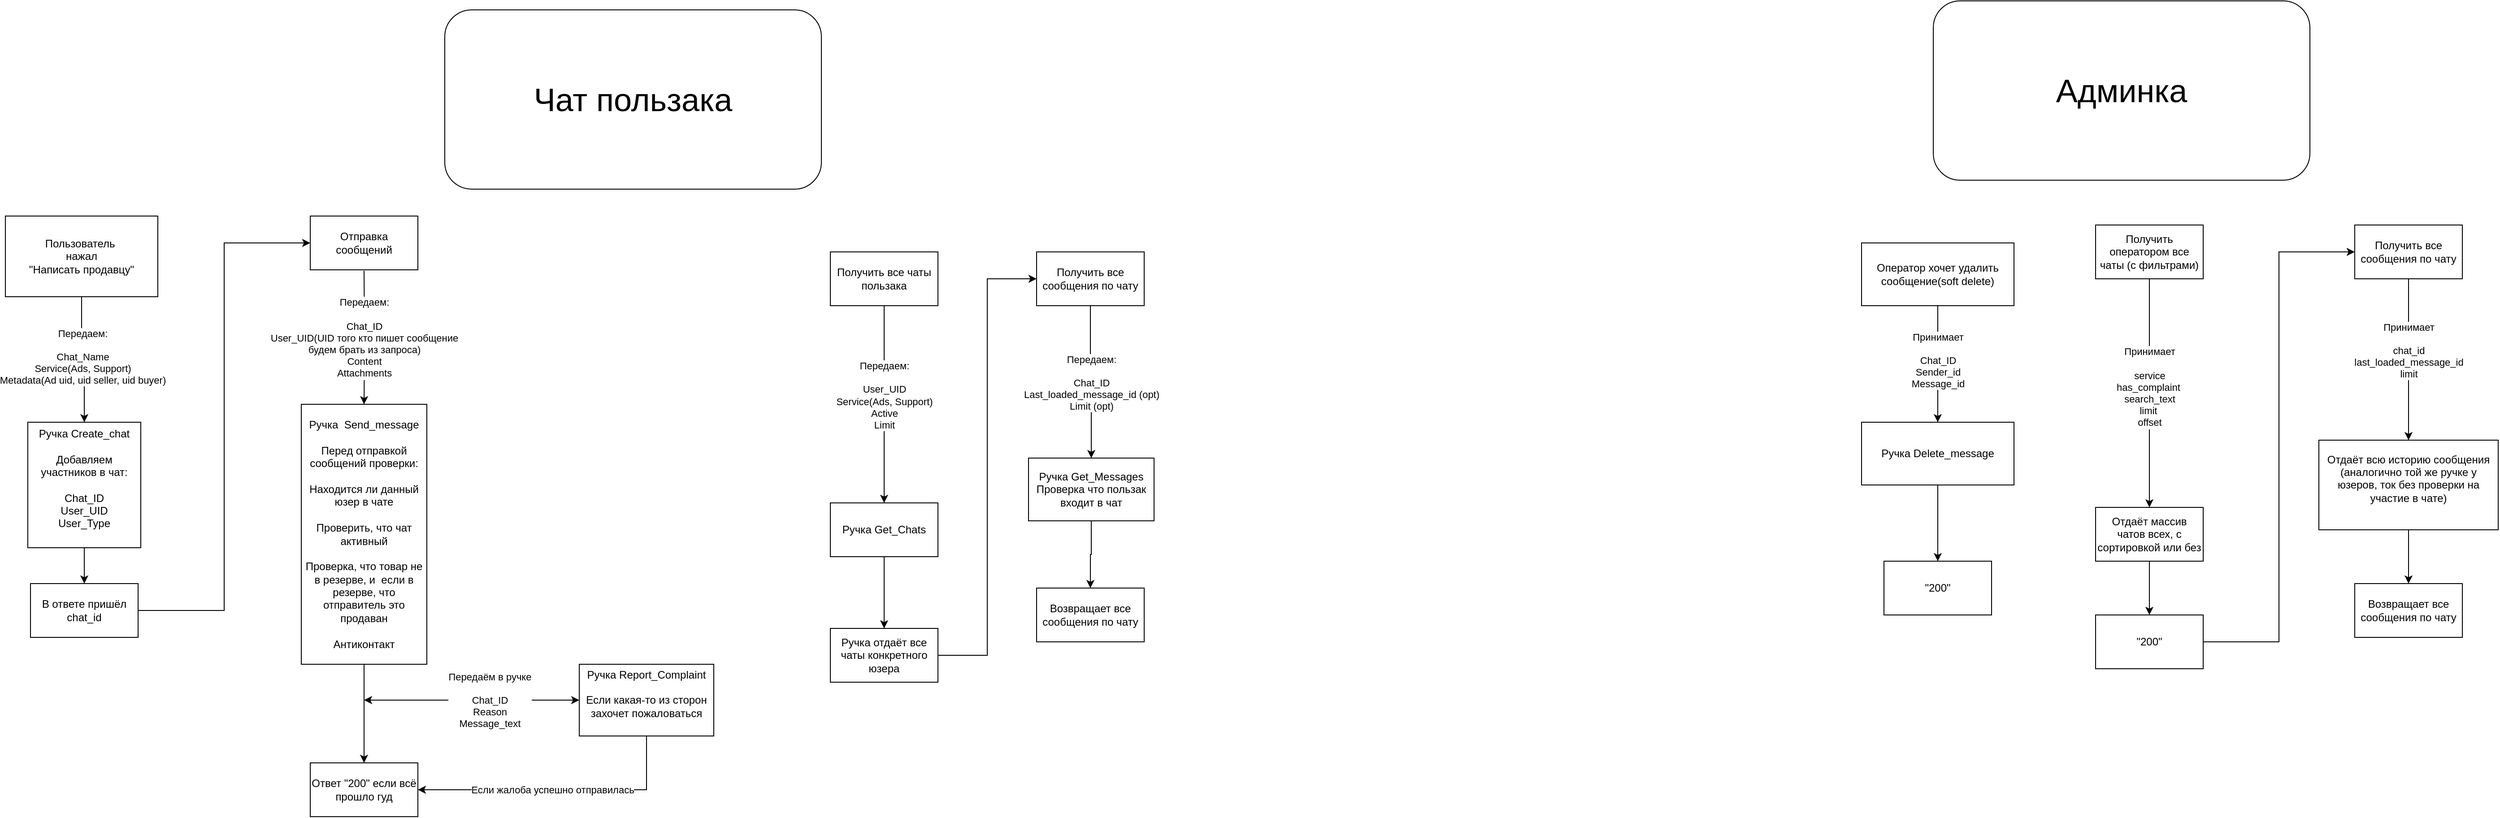
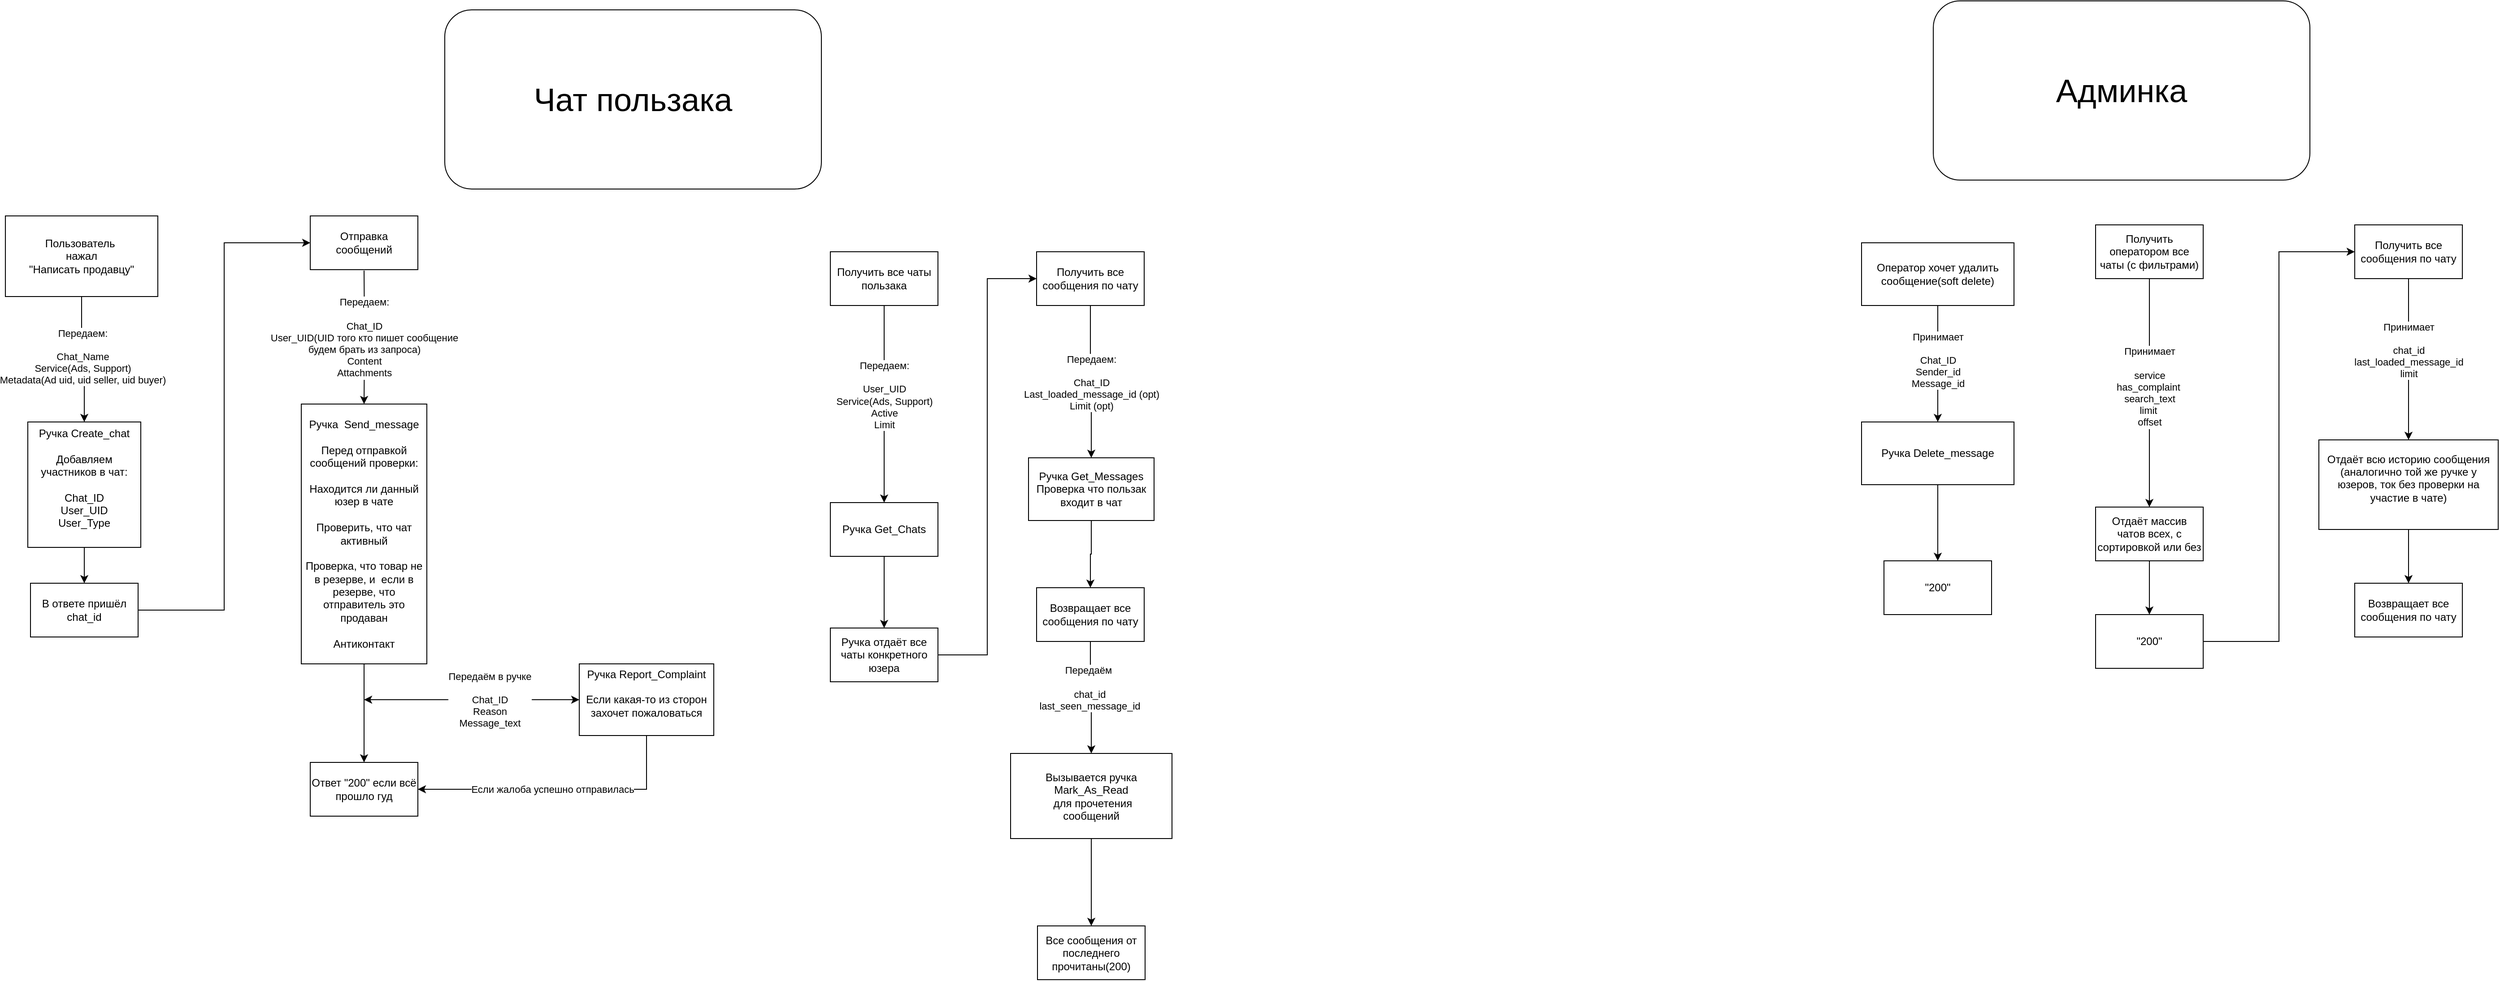
<mxfile host="app.diagrams.net">
  <diagram name="Страница-1" id="6vhmA59K8Xdd6y5LlQgf">
-     <mxGraphModel dx="3142" dy="2896" grid="1" gridSize="10" guides="1" tooltips="1" connect="1" arrows="1" fold="1" page="1" pageScale="1" pageWidth="827" pageHeight="1169" math="0" shadow="0">
+     <mxGraphModel dx="1131" dy="1791" grid="1" gridSize="10" guides="1" tooltips="1" connect="1" arrows="1" fold="1" page="1" pageScale="1" pageWidth="827" pageHeight="1169" math="0" shadow="0">
      <root>
        <mxCell id="0" />
        <mxCell id="1" parent="0" />
        <mxCell id="UqqT4urgchzkFPyOfZkk-3" edge="1" parent="1" source="UqqT4urgchzkFPyOfZkk-1" style="edgeStyle=orthogonalEdgeStyle;rounded=0;orthogonalLoop=1;jettySize=auto;html=1;" target="UqqT4urgchzkFPyOfZkk-2">
          <mxGeometry relative="1" as="geometry" />
        </mxCell>
        <mxCell id="UqqT4urgchzkFPyOfZkk-4" connectable="0" parent="UqqT4urgchzkFPyOfZkk-3" style="edgeLabel;html=1;align=center;verticalAlign=middle;resizable=0;points=[];rotation=0;" value="Передаем:&lt;br&gt;&lt;br&gt;&lt;div&gt;Chat_Name&lt;/div&gt;&lt;div&gt;Service(Ads, Support)&lt;/div&gt;&lt;div&gt;Metadata(Ad uid, uid seller, uid buyer)&lt;/div&gt;" vertex="1">
          <mxGeometry relative="1" x="-0.066" y="1" as="geometry">
            <mxPoint as="offset" />
          </mxGeometry>
        </mxCell>
        <mxCell id="UqqT4urgchzkFPyOfZkk-1" parent="1" style="rounded=0;whiteSpace=wrap;html=1;" value="Пользователь&amp;nbsp;&lt;div&gt;нажал&lt;/div&gt;&lt;div&gt;&quot;Написать продавцу&quot;&lt;/div&gt;" vertex="1">
          <mxGeometry height="90" width="170" x="30" y="10" as="geometry" />
        </mxCell>
        <mxCell id="UqqT4urgchzkFPyOfZkk-6" edge="1" parent="1" source="UqqT4urgchzkFPyOfZkk-2" style="edgeStyle=orthogonalEdgeStyle;rounded=0;orthogonalLoop=1;jettySize=auto;html=1;" target="UqqT4urgchzkFPyOfZkk-5">
          <mxGeometry relative="1" as="geometry" />
        </mxCell>
        <mxCell id="UqqT4urgchzkFPyOfZkk-2" parent="1" style="rounded=0;whiteSpace=wrap;html=1;" value="Ручка Create_chat&lt;div&gt;&lt;br&gt;&lt;/div&gt;&lt;div&gt;Добавляем участников в чат:&lt;/div&gt;&lt;div&gt;&lt;span style=&quot;background-color: transparent; color: light-dark(rgb(0, 0, 0), rgb(255, 255, 255));&quot;&gt;&lt;br&gt;&lt;/span&gt;&lt;/div&gt;&lt;div&gt;&lt;span style=&quot;background-color: transparent; color: light-dark(rgb(0, 0, 0), rgb(255, 255, 255));&quot;&gt;Chat_ID&lt;/span&gt;&lt;/div&gt;&lt;div&gt;&lt;div&gt;User_UID&lt;/div&gt;&lt;div&gt;User_Type&lt;/div&gt;&lt;br&gt;&lt;/div&gt;" vertex="1">
          <mxGeometry height="140" width="126" x="55" y="240" as="geometry" />
        </mxCell>
        <mxCell id="UqqT4urgchzkFPyOfZkk-11" edge="1" parent="1" source="UqqT4urgchzkFPyOfZkk-5" style="edgeStyle=orthogonalEdgeStyle;rounded=0;orthogonalLoop=1;jettySize=auto;html=1;entryX=0;entryY=0.5;entryDx=0;entryDy=0;" target="UqqT4urgchzkFPyOfZkk-7">
          <mxGeometry relative="1" as="geometry" />
        </mxCell>
        <mxCell id="UqqT4urgchzkFPyOfZkk-5" parent="1" style="rounded=0;whiteSpace=wrap;html=1;" value="&lt;div&gt;В ответе пришёл chat_id&lt;/div&gt;" vertex="1">
          <mxGeometry height="60" width="120" x="58" y="420" as="geometry" />
        </mxCell>
        <mxCell id="UqqT4urgchzkFPyOfZkk-9" edge="1" parent="1" style="edgeStyle=orthogonalEdgeStyle;rounded=0;orthogonalLoop=1;jettySize=auto;html=1;entryX=0.5;entryY=0;entryDx=0;entryDy=0;" target="UqqT4urgchzkFPyOfZkk-8" value="">
          <mxGeometry relative="1" as="geometry">
            <mxPoint x="430" y="71" as="sourcePoint" />
            <mxPoint x="430" y="221" as="targetPoint" />
          </mxGeometry>
        </mxCell>
        <mxCell id="UqqT4urgchzkFPyOfZkk-10" connectable="0" parent="UqqT4urgchzkFPyOfZkk-9" style="edgeLabel;html=1;align=center;verticalAlign=middle;resizable=0;points=[];" value="Передаем:&lt;div&gt;&lt;br&gt;&lt;div&gt;&lt;div&gt;Chat_ID&lt;/div&gt;&lt;div&gt;User_UID(UID того кто пишет сообщение&lt;/div&gt;&lt;div&gt;будем брать из запроса)&lt;/div&gt;&lt;div&gt;Content&lt;/div&gt;&lt;div&gt;Attachments&lt;/div&gt;&lt;/div&gt;&lt;/div&gt;" vertex="1">
          <mxGeometry relative="1" x="0.1711" y="4" as="geometry">
            <mxPoint x="-4" y="-12" as="offset" />
          </mxGeometry>
        </mxCell>
        <mxCell id="UqqT4urgchzkFPyOfZkk-7" parent="1" style="whiteSpace=wrap;html=1;" value="Отправка сообщений" vertex="1">
          <mxGeometry height="60" width="120" x="370" y="10" as="geometry" />
        </mxCell>
        <mxCell id="UqqT4urgchzkFPyOfZkk-13" edge="1" parent="1" source="UqqT4urgchzkFPyOfZkk-8" style="edgeStyle=orthogonalEdgeStyle;rounded=0;orthogonalLoop=1;jettySize=auto;html=1;" target="UqqT4urgchzkFPyOfZkk-12" value="">
          <mxGeometry relative="1" as="geometry" />
        </mxCell>
        <mxCell id="UqqT4urgchzkFPyOfZkk-8" parent="1" style="whiteSpace=wrap;html=1;" value="Ручка&amp;nbsp;&amp;nbsp;Send_message&lt;div&gt;&lt;br&gt;&lt;/div&gt;&lt;div&gt;Перед отправкой сообщений проверки:&lt;br&gt;&lt;br&gt;Находится ли данный юзер в чате&lt;/div&gt;&lt;div&gt;&lt;br&gt;&lt;/div&gt;&lt;div&gt;Проверить, что чат активный&lt;/div&gt;&lt;div&gt;&lt;br&gt;&lt;/div&gt;&lt;div&gt;Проверка, что товар не в резерве, и&amp;nbsp; если в резерве, что отправитель это продаван&lt;/div&gt;&lt;div&gt;&lt;br&gt;&lt;/div&gt;&lt;div&gt;Антиконтакт&lt;/div&gt;" vertex="1">
          <mxGeometry height="290" width="140" x="360" y="220" as="geometry" />
        </mxCell>
        <mxCell id="UqqT4urgchzkFPyOfZkk-12" parent="1" style="whiteSpace=wrap;html=1;" value="Ответ &quot;200&quot; если всё прошло гуд" vertex="1">
          <mxGeometry height="60" width="120" x="370" y="620" as="geometry" />
        </mxCell>
        <mxCell id="UqqT4urgchzkFPyOfZkk-18" edge="1" parent="1" source="UqqT4urgchzkFPyOfZkk-16" style="edgeStyle=orthogonalEdgeStyle;rounded=0;orthogonalLoop=1;jettySize=auto;html=1;" target="UqqT4urgchzkFPyOfZkk-17" value="">
          <mxGeometry relative="1" as="geometry" />
        </mxCell>
        <mxCell id="UqqT4urgchzkFPyOfZkk-19" connectable="0" parent="UqqT4urgchzkFPyOfZkk-18" style="edgeLabel;html=1;align=center;verticalAlign=middle;resizable=0;points=[];" value="Передаем:&lt;br&gt;&lt;br&gt;&lt;div&gt;User_UID&lt;/div&gt;&lt;div&gt;Service(Ads, Support)&lt;/div&gt;&lt;div&gt;Active&lt;/div&gt;&lt;div&gt;Limit&lt;/div&gt;" vertex="1">
          <mxGeometry relative="1" x="0.0364" y="-3" as="geometry">
            <mxPoint x="3" y="-14" as="offset" />
          </mxGeometry>
        </mxCell>
        <mxCell id="UqqT4urgchzkFPyOfZkk-16" parent="1" style="whiteSpace=wrap;html=1;" value="Получить все чаты пользака" vertex="1">
          <mxGeometry height="60" width="120" x="950" y="50" as="geometry" />
        </mxCell>
        <mxCell id="UqqT4urgchzkFPyOfZkk-21" edge="1" parent="1" source="UqqT4urgchzkFPyOfZkk-17" style="edgeStyle=orthogonalEdgeStyle;rounded=0;orthogonalLoop=1;jettySize=auto;html=1;" target="UqqT4urgchzkFPyOfZkk-20" value="">
          <mxGeometry relative="1" as="geometry" />
        </mxCell>
        <mxCell id="UqqT4urgchzkFPyOfZkk-17" parent="1" style="whiteSpace=wrap;html=1;" value="Ручка&amp;nbsp;Get_Chats" vertex="1">
          <mxGeometry height="60" width="120" x="950" y="330" as="geometry" />
        </mxCell>
        <mxCell id="UqqT4urgchzkFPyOfZkk-23" edge="1" parent="1" source="UqqT4urgchzkFPyOfZkk-20" style="edgeStyle=orthogonalEdgeStyle;rounded=0;orthogonalLoop=1;jettySize=auto;html=1;entryX=0;entryY=0.5;entryDx=0;entryDy=0;" target="UqqT4urgchzkFPyOfZkk-22">
          <mxGeometry relative="1" as="geometry" />
        </mxCell>
        <mxCell id="UqqT4urgchzkFPyOfZkk-20" parent="1" style="whiteSpace=wrap;html=1;" value="Ручка отдаёт все чаты конкретного юзера" vertex="1">
          <mxGeometry height="60" width="120" x="950" y="470" as="geometry" />
        </mxCell>
        <mxCell id="UqqT4urgchzkFPyOfZkk-25" edge="1" parent="1" source="UqqT4urgchzkFPyOfZkk-22" style="edgeStyle=orthogonalEdgeStyle;rounded=0;orthogonalLoop=1;jettySize=auto;html=1;" target="UqqT4urgchzkFPyOfZkk-24" value="">
          <mxGeometry relative="1" as="geometry" />
        </mxCell>
        <mxCell id="UqqT4urgchzkFPyOfZkk-26" connectable="0" parent="UqqT4urgchzkFPyOfZkk-25" style="edgeLabel;html=1;align=center;verticalAlign=middle;resizable=0;points=[];" value="&lt;div&gt;Передаем:&lt;/div&gt;&lt;div&gt;&lt;br&gt;Chat_ID&lt;/div&gt;&lt;div&gt;Last_loaded_message_id (opt)&lt;/div&gt;&lt;div&gt;Limit (opt)&lt;/div&gt;" vertex="1">
          <mxGeometry relative="1" x="0.1733" y="-2" as="geometry">
            <mxPoint x="2" y="-14" as="offset" />
          </mxGeometry>
        </mxCell>
        <mxCell id="UqqT4urgchzkFPyOfZkk-22" parent="1" style="whiteSpace=wrap;html=1;" value="Получить все сообщения по чату" vertex="1">
          <mxGeometry height="60" width="120" x="1180" y="50" as="geometry" />
        </mxCell>
        <mxCell id="UqqT4urgchzkFPyOfZkk-28" edge="1" parent="1" source="UqqT4urgchzkFPyOfZkk-24" style="edgeStyle=orthogonalEdgeStyle;rounded=0;orthogonalLoop=1;jettySize=auto;html=1;" target="UqqT4urgchzkFPyOfZkk-27" value="">
          <mxGeometry relative="1" as="geometry" />
        </mxCell>
        <mxCell id="UqqT4urgchzkFPyOfZkk-24" parent="1" style="whiteSpace=wrap;html=1;" value="Ручка&amp;nbsp;Get_Messages&lt;div&gt;Проверка что пользак входит в чат&lt;/div&gt;" vertex="1">
          <mxGeometry height="70" width="140" x="1171" y="280" as="geometry" />
+         </mxCell>
+         <mxCell id="lyxbEA7Sxgz5cY9VKSYc-2" edge="1" parent="1" source="UqqT4urgchzkFPyOfZkk-27" style="edgeStyle=orthogonalEdgeStyle;rounded=0;orthogonalLoop=1;jettySize=auto;html=1;" target="lyxbEA7Sxgz5cY9VKSYc-1" value="">
+           <mxGeometry relative="1" as="geometry" />
+         </mxCell>
+         <mxCell id="lyxbEA7Sxgz5cY9VKSYc-3" connectable="0" parent="lyxbEA7Sxgz5cY9VKSYc-2" style="edgeLabel;html=1;align=center;verticalAlign=middle;resizable=0;points=[];" value="Передаём&amp;nbsp;&lt;div&gt;&lt;br&gt;&lt;/div&gt;&lt;div&gt;&lt;div&gt;chat_id&lt;/div&gt;&lt;div&gt;last_seen_message_id&lt;/div&gt;&lt;/div&gt;" vertex="1">
+           <mxGeometry relative="1" x="-0.1743" y="-1" as="geometry">
+             <mxPoint as="offset" />
+           </mxGeometry>
        </mxCell>
        <mxCell id="UqqT4urgchzkFPyOfZkk-27" parent="1" style="whiteSpace=wrap;html=1;" value="Возвращает все сообщения по чату" vertex="1">
          <mxGeometry height="60" width="120" x="1180" y="425" as="geometry" />
        </mxCell>
        <mxCell id="mkVnqhSt01BGLeg9LLo3-4" parent="1" style="rounded=1;whiteSpace=wrap;html=1;" value="&lt;font style=&quot;font-size: 36px;&quot;&gt;Чат пользака&lt;/font&gt;" vertex="1">
          <mxGeometry height="200" width="420" x="520" y="-220" as="geometry" />
        </mxCell>
        <mxCell id="mkVnqhSt01BGLeg9LLo3-12" edge="1" parent="1" source="mkVnqhSt01BGLeg9LLo3-8" style="edgeStyle=orthogonalEdgeStyle;rounded=0;orthogonalLoop=1;jettySize=auto;html=1;entryX=1;entryY=0.5;entryDx=0;entryDy=0;" target="UqqT4urgchzkFPyOfZkk-12">
          <mxGeometry relative="1" as="geometry">
            <Array as="points">
              <mxPoint x="745" y="650" />
            </Array>
          </mxGeometry>
        </mxCell>
        <mxCell id="mkVnqhSt01BGLeg9LLo3-13" connectable="0" parent="mkVnqhSt01BGLeg9LLo3-12" style="edgeLabel;html=1;align=center;verticalAlign=middle;resizable=0;points=[];" value="Если жалоба успешно отправилась" vertex="1">
          <mxGeometry relative="1" x="-0.0159" y="2" as="geometry">
            <mxPoint x="-10" y="-2" as="offset" />
          </mxGeometry>
        </mxCell>
        <mxCell id="mkVnqhSt01BGLeg9LLo3-8" parent="1" style="whiteSpace=wrap;html=1;" value="Ручка Report_Complaint&lt;div&gt;&lt;br&gt;&lt;/div&gt;&lt;div&gt;Если какая-то из сторон захочет пожаловаться&lt;/div&gt;&lt;div&gt;&lt;br&gt;&lt;/div&gt;" vertex="1">
          <mxGeometry height="80" width="150" x="670" y="510" as="geometry" />
        </mxCell>
        <mxCell id="mkVnqhSt01BGLeg9LLo3-10" edge="1" parent="1" style="endArrow=classic;startArrow=classic;html=1;rounded=0;entryX=0;entryY=0.5;entryDx=0;entryDy=0;" target="mkVnqhSt01BGLeg9LLo3-8" value="">
          <mxGeometry height="50" relative="1" width="50" as="geometry">
            <mxPoint x="430" y="550" as="sourcePoint" />
            <mxPoint x="650" y="410" as="targetPoint" />
          </mxGeometry>
        </mxCell>
        <mxCell id="mkVnqhSt01BGLeg9LLo3-11" connectable="0" parent="mkVnqhSt01BGLeg9LLo3-10" style="edgeLabel;html=1;align=center;verticalAlign=middle;resizable=0;points=[];" value="Передаём в ручке&lt;div&gt;&lt;div&gt;&lt;br&gt;&lt;/div&gt;&lt;div&gt;Chat_ID&lt;/div&gt;&lt;div&gt;Reason&lt;/div&gt;&lt;div&gt;Message_text&lt;/div&gt;&lt;/div&gt;" vertex="1">
          <mxGeometry relative="1" x="-0.1583" y="1" as="geometry">
            <mxPoint x="39" y="1" as="offset" />
          </mxGeometry>
        </mxCell>
        <mxCell id="q-3P5QV8bBHnyzh9fXRt-1" parent="1" style="rounded=1;whiteSpace=wrap;html=1;" value="&lt;span style=&quot;font-size: 36px;&quot;&gt;Админка&lt;/span&gt;" vertex="1">
          <mxGeometry height="200" width="420" x="2180" y="-230" as="geometry" />
        </mxCell>
        <mxCell id="q-3P5QV8bBHnyzh9fXRt-6" edge="1" parent="1" source="q-3P5QV8bBHnyzh9fXRt-2" style="edgeStyle=orthogonalEdgeStyle;rounded=0;orthogonalLoop=1;jettySize=auto;html=1;" target="q-3P5QV8bBHnyzh9fXRt-3">
          <mxGeometry relative="1" as="geometry" />
        </mxCell>
        <mxCell id="q-3P5QV8bBHnyzh9fXRt-7" connectable="0" parent="q-3P5QV8bBHnyzh9fXRt-6" style="edgeLabel;html=1;align=center;verticalAlign=middle;resizable=0;points=[];" value="Принимает&lt;div&gt;&lt;br&gt;&lt;/div&gt;&lt;div&gt;&lt;div&gt;Chat_ID&lt;/div&gt;&lt;div&gt;Sender_id&lt;/div&gt;&lt;div&gt;Message_id&lt;/div&gt;&lt;/div&gt;" vertex="1">
          <mxGeometry relative="1" x="0.0502" y="3" as="geometry">
            <mxPoint x="-3" y="-8" as="offset" />
          </mxGeometry>
        </mxCell>
        <mxCell id="q-3P5QV8bBHnyzh9fXRt-2" parent="1" style="whiteSpace=wrap;html=1;" value="Оператор хочет удалить сообщение(soft delete)" vertex="1">
          <mxGeometry height="70" width="170" x="2100" y="40" as="geometry" />
        </mxCell>
        <mxCell id="q-3P5QV8bBHnyzh9fXRt-9" edge="1" parent="1" source="q-3P5QV8bBHnyzh9fXRt-3" style="edgeStyle=orthogonalEdgeStyle;rounded=0;orthogonalLoop=1;jettySize=auto;html=1;" target="q-3P5QV8bBHnyzh9fXRt-8" value="">
          <mxGeometry relative="1" as="geometry" />
        </mxCell>
        <mxCell id="q-3P5QV8bBHnyzh9fXRt-3" parent="1" style="whiteSpace=wrap;html=1;" value="Ручка&amp;nbsp;Delete_message" vertex="1">
          <mxGeometry height="70" width="170" x="2100" y="240" as="geometry" />
        </mxCell>
        <mxCell id="q-3P5QV8bBHnyzh9fXRt-8" parent="1" style="whiteSpace=wrap;html=1;" value="&quot;200&quot;" vertex="1">
          <mxGeometry height="60" width="120" x="2125" y="395" as="geometry" />
        </mxCell>
        <mxCell id="9ql4G20IZttE-ZZ8cH6Y-3" edge="1" parent="1" source="9ql4G20IZttE-ZZ8cH6Y-1" style="edgeStyle=orthogonalEdgeStyle;rounded=0;orthogonalLoop=1;jettySize=auto;html=1;" target="9ql4G20IZttE-ZZ8cH6Y-2" value="">
          <mxGeometry relative="1" as="geometry" />
        </mxCell>
        <mxCell id="9ql4G20IZttE-ZZ8cH6Y-4" connectable="0" parent="9ql4G20IZttE-ZZ8cH6Y-3" style="edgeLabel;html=1;align=center;verticalAlign=middle;resizable=0;points=[];" value="&lt;div&gt;Принимает&lt;/div&gt;&lt;div&gt;&lt;br&gt;&lt;/div&gt;&lt;div&gt;service&lt;/div&gt;&lt;div&gt;has_complaint&amp;nbsp;&lt;/div&gt;&lt;div&gt;search_text&lt;/div&gt;&lt;div&gt;limit&amp;nbsp;&lt;/div&gt;&lt;div&gt;offset&lt;/div&gt;" vertex="1">
          <mxGeometry relative="1" x="-0.2208" y="1" as="geometry">
            <mxPoint x="-1" y="21" as="offset" />
          </mxGeometry>
        </mxCell>
        <mxCell id="9ql4G20IZttE-ZZ8cH6Y-1" parent="1" style="whiteSpace=wrap;html=1;" value="Получить оператором все чаты (с фильтрами)" vertex="1">
          <mxGeometry height="60" width="120" x="2361" y="20" as="geometry" />
        </mxCell>
        <mxCell id="9ql4G20IZttE-ZZ8cH6Y-6" edge="1" parent="1" source="9ql4G20IZttE-ZZ8cH6Y-2" style="edgeStyle=orthogonalEdgeStyle;rounded=0;orthogonalLoop=1;jettySize=auto;html=1;" target="9ql4G20IZttE-ZZ8cH6Y-5">
          <mxGeometry relative="1" as="geometry" />
        </mxCell>
        <mxCell id="9ql4G20IZttE-ZZ8cH6Y-2" parent="1" style="whiteSpace=wrap;html=1;" value="Отдаёт массив чатов всех, с сортировкой или без" vertex="1">
          <mxGeometry height="60" width="120" x="2361" y="335" as="geometry" />
        </mxCell>
        <mxCell id="8ld3VfINqq2AH8Kl_O48-2" edge="1" parent="1" source="9ql4G20IZttE-ZZ8cH6Y-5" style="edgeStyle=orthogonalEdgeStyle;rounded=0;orthogonalLoop=1;jettySize=auto;html=1;entryX=0;entryY=0.5;entryDx=0;entryDy=0;" target="8ld3VfINqq2AH8Kl_O48-1">
          <mxGeometry relative="1" as="geometry" />
        </mxCell>
        <mxCell id="9ql4G20IZttE-ZZ8cH6Y-5" parent="1" style="whiteSpace=wrap;html=1;" value="&quot;200&quot;" vertex="1">
          <mxGeometry height="60" width="120" x="2361" y="455" as="geometry" />
        </mxCell>
        <mxCell id="8ld3VfINqq2AH8Kl_O48-4" edge="1" parent="1" source="8ld3VfINqq2AH8Kl_O48-1" style="edgeStyle=orthogonalEdgeStyle;rounded=0;orthogonalLoop=1;jettySize=auto;html=1;" target="8ld3VfINqq2AH8Kl_O48-3" value="">
          <mxGeometry relative="1" as="geometry" />
        </mxCell>
        <mxCell id="8ld3VfINqq2AH8Kl_O48-5" connectable="0" parent="8ld3VfINqq2AH8Kl_O48-4" style="edgeLabel;html=1;align=center;verticalAlign=middle;resizable=0;points=[];" value="Принимает&lt;div&gt;&lt;br&gt;&lt;/div&gt;&lt;div&gt;&lt;div&gt;chat_id&lt;/div&gt;&lt;div&gt;&lt;span style=&quot;background-color: light-dark(#ffffff, var(--ge-dark-color, #121212)); color: light-dark(rgb(0, 0, 0), rgb(255, 255, 255));&quot;&gt;last_loaded_message_id&lt;/span&gt;&lt;/div&gt;&lt;div&gt;limit&lt;/div&gt;&lt;/div&gt;" vertex="1">
          <mxGeometry relative="1" x="0.096" y="-1" as="geometry">
            <mxPoint x="1" y="-19" as="offset" />
          </mxGeometry>
        </mxCell>
        <mxCell id="8ld3VfINqq2AH8Kl_O48-1" parent="1" style="whiteSpace=wrap;html=1;" value="Получить все сообщения по чату" vertex="1">
          <mxGeometry height="60" width="120" x="2650" y="20" as="geometry" />
        </mxCell>
        <mxCell id="8ld3VfINqq2AH8Kl_O48-8" edge="1" parent="1" source="8ld3VfINqq2AH8Kl_O48-3" style="edgeStyle=orthogonalEdgeStyle;rounded=0;orthogonalLoop=1;jettySize=auto;html=1;" target="8ld3VfINqq2AH8Kl_O48-7">
          <mxGeometry relative="1" as="geometry" />
        </mxCell>
        <mxCell id="8ld3VfINqq2AH8Kl_O48-3" parent="1" style="whiteSpace=wrap;html=1;" value="Отдаёт всю историю сообщения&lt;br&gt;(аналогично той же ручке у юзеров, ток без проверки на участие в чате)&lt;div&gt;&lt;br&gt;&lt;/div&gt;" vertex="1">
          <mxGeometry height="100" width="200" x="2610" y="260" as="geometry" />
        </mxCell>
        <mxCell id="8ld3VfINqq2AH8Kl_O48-7" parent="1" style="whiteSpace=wrap;html=1;" value="Возвращает все сообщения по чату" vertex="1">
          <mxGeometry height="60" width="120" x="2650" y="420" as="geometry" />
        </mxCell>
+         <mxCell id="lyxbEA7Sxgz5cY9VKSYc-5" edge="1" parent="1" source="lyxbEA7Sxgz5cY9VKSYc-1" style="edgeStyle=orthogonalEdgeStyle;rounded=0;orthogonalLoop=1;jettySize=auto;html=1;" target="lyxbEA7Sxgz5cY9VKSYc-4" value="">
+           <mxGeometry relative="1" as="geometry" />
+         </mxCell>
+         <mxCell id="lyxbEA7Sxgz5cY9VKSYc-1" parent="1" style="whiteSpace=wrap;html=1;" value="Вызывается ручка&lt;br&gt;Mark_As_Read&lt;br&gt;&amp;nbsp;для прочетения&lt;br&gt;сообщений" vertex="1">
+           <mxGeometry height="95" width="180" x="1151" y="610" as="geometry" />
+         </mxCell>
+         <mxCell id="lyxbEA7Sxgz5cY9VKSYc-4" parent="1" style="whiteSpace=wrap;html=1;" value="Все сообщения от последнего прочитаны(200)" vertex="1">
+           <mxGeometry height="60" width="120" x="1181" y="802.5" as="geometry" />
+         </mxCell>
      </root>
    </mxGraphModel>
  </diagram>
</mxfile>
